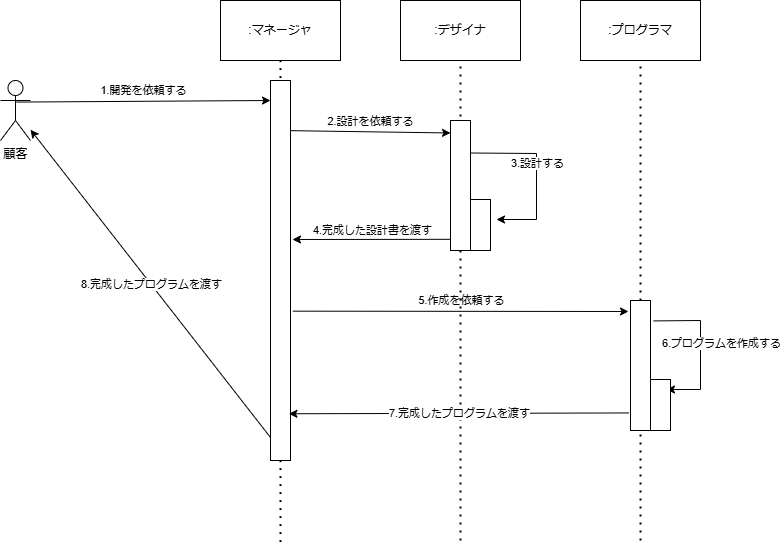
Before: lesson 06-1 sequence.drawio.png, a diagram exported from draw.io (kenboasakura/UML_GettingStarted). Source tidied: cells renumbered, new cells last; positions are measured from the earlier drawing's top-left corner, leaving out a move shared by most shapes.
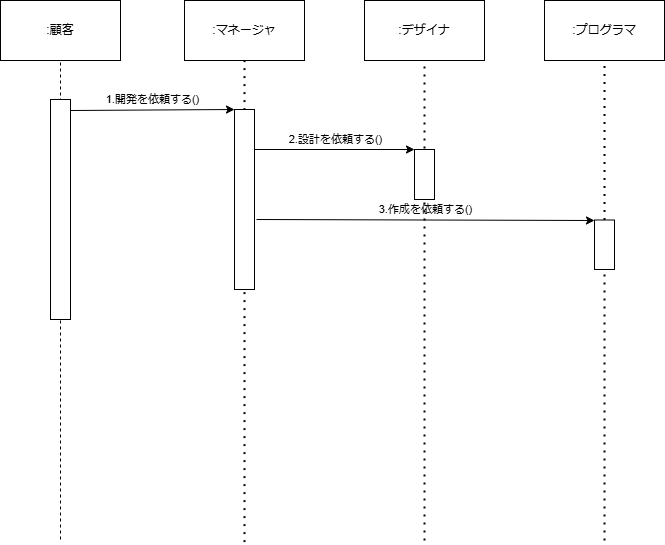
The same file after the commit.

Change to the diagram source:
```diff
@@ -2,9 +2,6 @@
   <root>
     <mxCell id="0" />
     <mxCell id="1" parent="0" />
-    <mxCell id="2" value="顧客" style="shape=umlActor;verticalLabelPosition=bottom;verticalAlign=top;html=1;outlineConnect=0;" parent="1" vertex="1">
-      <mxGeometry y="80" width="30" height="60" as="geometry" />
-    </mxCell>
     <mxCell id="3" value=":マネージャ" style="rounded=0;whiteSpace=wrap;html=1;" parent="1" vertex="1">
       <mxGeometry x="220" width="120" height="60" as="geometry" />
     </mxCell>
@@ -14,69 +11,34 @@
     <mxCell id="5" value=":プログラマ" style="rounded=0;whiteSpace=wrap;html=1;" parent="1" vertex="1">
       <mxGeometry x="580" width="120" height="60" as="geometry" />
     </mxCell>
-    <mxCell id="6" style="endArrow=classic;html=1;rounded=0;exitX=0.5;exitY=0.5;exitDx=0;exitDy=0;exitPerimeter=0;entryX=-0.04;entryY=0.406;entryDx=0;entryDy=0;entryPerimeter=0;" parent="1" edge="1">
-      <mxGeometry relative="1" as="geometry">
-        <mxPoint x="15.8" y="101.6" as="sourcePoint" />
-        <mxPoint x="270" y="100" as="targetPoint" />
-      </mxGeometry>
-    </mxCell>
-    <mxCell id="7" value="1.開発を依頼する" style="edgeLabel;html=1;align=center;verticalAlign=middle;" parent="6" vertex="1">
-      <mxGeometry relative="1" as="geometry">
-        <mxPoint y="-11" as="offset" />
-      </mxGeometry>
-    </mxCell>
-    <mxCell id="8" style="endArrow=classic;html=1;rounded=0;exitX=1;exitY=0.132;exitDx=0;exitDy=0;entryX=0;entryY=0.096;entryDx=0;entryDy=0;entryPerimeter=0;exitPerimeter=0;" parent="1" edge="1" source="17" target="20">
-      <mxGeometry relative="1" as="geometry" />
+    <mxCell id="8" style="endArrow=classic;html=1;rounded=0;entryX=0;entryY=0;entryDx=0;entryDy=0;" parent="1" edge="1" target="20">
+      <mxGeometry relative="1" as="geometry">
+        <mxPoint x="290" y="149" as="sourcePoint" />
+      </mxGeometry>
     </mxCell>
-    <mxCell id="9" value="2.設計を依頼する" style="edgeLabel;html=1;align=center;verticalAlign=middle;" parent="8" vertex="1">
+    <mxCell id="9" value="2.設計を依頼する()" style="edgeLabel;html=1;align=center;verticalAlign=middle;" parent="8" vertex="1">
       <mxGeometry relative="1" as="geometry">
         <mxPoint y="-11" as="offset" />
       </mxGeometry>
     </mxCell>
-    <mxCell id="10" style="endArrow=classic;html=1;rounded=0;exitX=1.12;exitY=0.607;exitDx=0;exitDy=0;exitPerimeter=0;" parent="1" edge="1" source="17">
+    <mxCell id="10" style="endArrow=classic;html=1;rounded=0;entryX=0;entryY=0;entryDx=0;entryDy=0;" parent="1" edge="1">
       <mxGeometry relative="1" as="geometry">
-        <mxPoint x="628" y="311" as="targetPoint" />
+        <mxPoint x="292" y="219" as="sourcePoint" />
+        <mxPoint x="630" y="220" as="targetPoint" />
       </mxGeometry>
     </mxCell>
-    <mxCell id="11" value="5.作成を依頼する" style="edgeLabel;html=1;align=center;verticalAlign=middle;" parent="10" vertex="1">
+    <mxCell id="11" value="3.作成を依頼する()" style="edgeLabel;html=1;align=center;verticalAlign=middle;" parent="10" vertex="1">
       <mxGeometry relative="1" as="geometry">
         <mxPoint y="-11" as="offset" />
       </mxGeometry>
     </mxCell>
-    <mxCell id="12" style="endArrow=classic;html=1;rounded=0;exitX=1.16;exitY=0.157;exitDx=0;exitDy=0;exitPerimeter=0;entryX=0.8;entryY=0.196;entryDx=0;entryDy=0;entryPerimeter=0;" parent="1" edge="1" source="22" target="30">
-      <mxGeometry relative="1" as="geometry">
-        <Array as="points">
-          <mxPoint x="700" y="320" />
-          <mxPoint x="700" y="389" />
-        </Array>
-      </mxGeometry>
-    </mxCell>
-    <mxCell id="13" value="6.プログラムを作成する" style="edgeLabel;html=1;align=center;verticalAlign=middle;" parent="12" vertex="1">
-      <mxGeometry relative="1" as="geometry">
-        <mxPoint x="20" y="-6" as="offset" />
-      </mxGeometry>
-    </mxCell>
-    <mxCell id="14" style="endArrow=classic;html=1;rounded=0;exitX=1;exitY=0.25;exitDx=0;exitDy=0;" parent="1" edge="1" source="20">
-      <mxGeometry relative="1" as="geometry">
-        <mxPoint x="496" y="219" as="targetPoint" />
-        <Array as="points">
-          <mxPoint x="536" y="153" />
-          <mxPoint x="536" y="219" />
-        </Array>
-      </mxGeometry>
-    </mxCell>
-    <mxCell id="15" value="3.設計する" style="edgeLabel;html=1;align=center;verticalAlign=middle;" parent="14" vertex="1">
-      <mxGeometry relative="1" as="geometry">
-        <mxPoint y="-10" as="offset" />
-      </mxGeometry>
-    </mxCell>
     <mxCell id="16" style="endArrow=none;dashed=1;html=1;dashPattern=1 3;strokeWidth=2;rounded=0;entryX=0.5;entryY=1;entryDx=0;entryDy=0;" parent="1" edge="1" target="3">
       <mxGeometry relative="1" as="geometry">
         <mxPoint x="280" y="541.6" as="sourcePoint" />
       </mxGeometry>
     </mxCell>
     <mxCell id="17" style="rounded=0;whiteSpace=wrap;html=1;" parent="1" vertex="1">
-      <mxGeometry x="270" y="80" width="20" height="380" as="geometry" />
+      <mxGeometry x="270" y="109" width="20" height="180" as="geometry" />
     </mxCell>
     <mxCell id="18" style="endArrow=none;dashed=1;html=1;dashPattern=1 3;strokeWidth=2;rounded=0;entryX=0.5;entryY=1;entryDx=0;entryDy=0;" parent="1" edge="1" target="4">
       <mxGeometry relative="1" as="geometry">
@@ -87,7 +49,7 @@
       <mxGeometry relative="1" as="geometry" />
     </mxCell>
     <mxCell id="20" style="rounded=0;whiteSpace=wrap;html=1;" parent="1" vertex="1">
-      <mxGeometry x="450" y="120" width="20" height="130" as="geometry" />
+      <mxGeometry x="450" y="149" width="20" height="50" as="geometry" />
     </mxCell>
     <mxCell id="21" style="endArrow=none;dashed=1;html=1;dashPattern=1 3;strokeWidth=2;rounded=0;entryX=0.5;entryY=1;entryDx=0;entryDy=0;" parent="1" edge="1" target="22">
       <mxGeometry relative="1" as="geometry">
@@ -95,37 +57,28 @@
       </mxGeometry>
     </mxCell>
     <mxCell id="22" style="rounded=0;whiteSpace=wrap;html=1;" parent="1" vertex="1">
-      <mxGeometry x="630" y="300" width="20" height="130" as="geometry" />
+      <mxGeometry x="630" y="219.5" width="20" height="49.5" as="geometry" />
     </mxCell>
-    <mxCell id="23" style="endArrow=classic;html=1;rounded=0;exitX=0;exitY=0.914;exitDx=0;exitDy=0;exitPerimeter=0;" parent="1" edge="1" source="20">
-      <mxGeometry relative="1" as="geometry">
-        <mxPoint x="292" y="239" as="targetPoint" />
-      </mxGeometry>
-    </mxCell>
-    <mxCell id="24" value="4.完成した設計書を渡す" style="edgeLabel;html=1;align=center;verticalAlign=middle;" parent="23" vertex="1">
-      <mxGeometry relative="1" as="geometry">
-        <mxPoint y="-9" as="offset" />
-      </mxGeometry>
-    </mxCell>
-    <mxCell id="25" style="endArrow=classic;html=1;rounded=0;entryX=0.92;entryY=0.877;entryDx=0;entryDy=0;entryPerimeter=0;exitX=-0.08;exitY=0.865;exitDx=0;exitDy=0;exitPerimeter=0;" parent="1" edge="1" source="22" target="17">
-      <mxGeometry relative="1" as="geometry" />
-    </mxCell>
-    <mxCell id="26" value="7.完成したプログラムを渡す" style="edgeLabel;html=1;align=center;verticalAlign=middle;" parent="25" vertex="1">
-      <mxGeometry relative="1" as="geometry" />
-    </mxCell>
-    <mxCell id="27" style="endArrow=classic;html=1;rounded=0;" parent="1" edge="1" target="2">
-      <mxGeometry relative="1" as="geometry">
-        <mxPoint x="270" y="437" as="sourcePoint" />
-      </mxGeometry>
-    </mxCell>
-    <mxCell id="28" value="8.完成したプログラムを渡す" style="edgeLabel;html=1;align=center;verticalAlign=middle;" parent="27" vertex="1">
-      <mxGeometry relative="1" as="geometry" />
-    </mxCell>
-    <mxCell id="29" style="rounded=0;whiteSpace=wrap;html=1;" parent="1" vertex="1">
-      <mxGeometry x="470" y="199" width="20" height="51" as="geometry" />
-    </mxCell>
-    <mxCell id="30" style="rounded=0;whiteSpace=wrap;html=1;" parent="1" vertex="1">
-      <mxGeometry x="650" y="379" width="20" height="51" as="geometry" />
-    </mxCell>
+    <mxCell id="31" value=":顧客" style="rounded=0;whiteSpace=wrap;html=1;" parent="1" vertex="1">
+      <mxGeometry x="36" width="120" height="60" as="geometry" />
+    </mxCell>
+    <mxCell id="32" style="endArrow=none;dashed=1;html=1;rounded=0;entryX=0.5;entryY=1;entryDx=0;entryDy=0;" parent="1" edge="1" target="31">
+      <mxGeometry relative="1" as="geometry">
+        <mxPoint x="96" y="539" as="sourcePoint" />
+      </mxGeometry>
+    </mxCell>
+    <mxCell id="33" style="rounded=0;whiteSpace=wrap;html=1;" parent="1" vertex="1">
+      <mxGeometry x="86" y="99" width="20" height="220" as="geometry" />
+    </mxCell>
+    <mxCell id="34" style="endArrow=classic;html=1;rounded=0;exitX=1.02;exitY=0.108;exitDx=0;exitDy=0;entryX=0;entryY=0;entryDx=0;entryDy=0;exitPerimeter=0;" parent="1" edge="1" target="17">
+      <mxGeometry relative="1" as="geometry">
+        <mxPoint x="106" y="110" as="sourcePoint" />
+      </mxGeometry>
+    </mxCell>
+    <mxCell id="35" value="1.開発を依頼する()" style="edgeLabel;html=1;align=center;verticalAlign=middle;" parent="34" vertex="1">
+      <mxGeometry relative="1" as="geometry">
+        <mxPoint y="-11" as="offset" />
+      </mxGeometry>
+    </mxCell>
   </root>
 </mxGraphModel>
```
